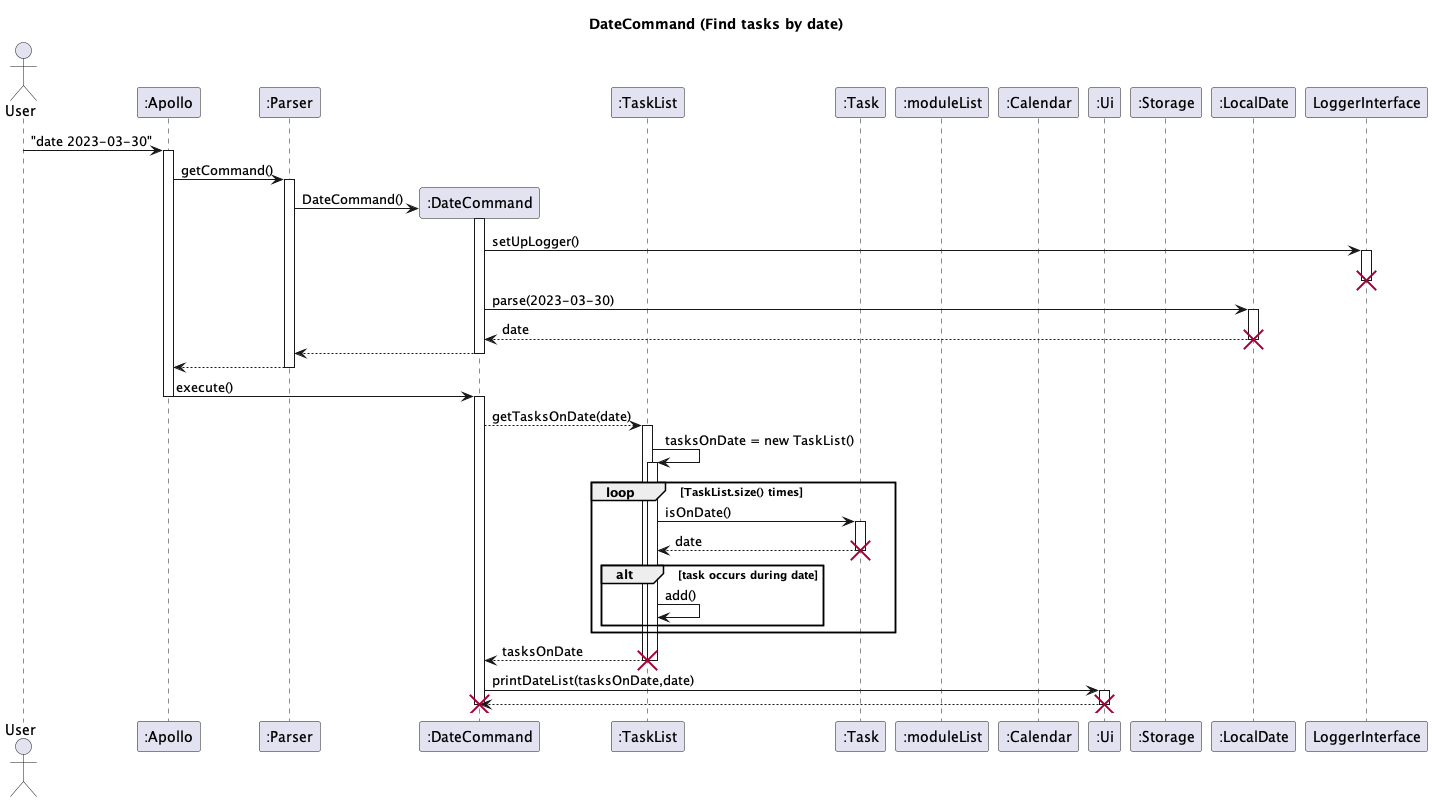
nus-cs2113-AY2223S2/tp keeps this PlantUML diagram as docs/uml-diagrams/DateCommand-DateCommand__Find_tasks_by_date_.png. Above is the earlier version. Its diagram source:
```plantuml
@startuml

title DateCommand (Find tasks by date)

actor User
participant ":Apollo" as Apollo
participant ":Parser" as Parser
participant ":DateCommand" as Date
participant ":TaskList" as TaskList
participant ":Task" as Task
participant ":moduleList" as ModuleList
participant ":Calendar" as Calendar
participant ":Ui" as Ui
participant ":Storage" as Storage
participant ":LocalDate" as LocalDate

User -> Apollo : "date 2023-03-30"
activate Apollo
Apollo -> Parser : getCommand()
activate Parser
Parser ->  Date** : DateCommand()
Date++
Date -> LoggerInterface : setUpLogger()

activate LoggerInterface
deactivate LoggerInterface
destroy LoggerInterface
Date -> LocalDate: parse(2023-03-30)
activate LocalDate
LocalDate --> Date: date
deactivate LocalDate
destroy LocalDate
return
return

Apollo -> Date : execute()
Apollo --
activate Date
Date --> TaskList : getTasksOnDate(date)
activate TaskList
TaskList -> TaskList++ : tasksOnDate = new TaskList()
loop TaskList.size() times
    TaskList -> Task: isOnDate()
    activate Task
    Task --> TaskList : date
    deactivate Task
    destroy Task
    alt task occurs during date
    TaskList -> TaskList : add()
    end
end
TaskList --> Date : tasksOnDate

deactivate TaskList
destroy TaskList


Date -> Ui : printDateList(tasksOnDate,date)
activate Ui
Ui --> Date
deactivate Ui
destroy Ui
destroy Date




@enduml
```
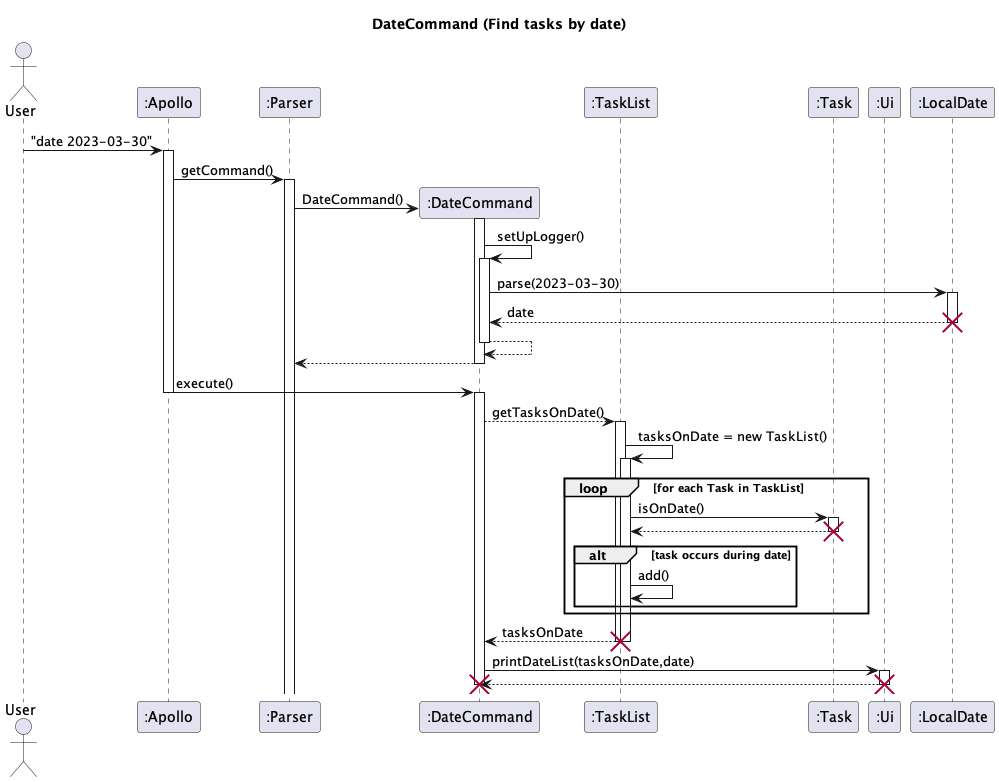
After the change.

Diff of the diagram source:
```diff
@@ -8,10 +8,7 @@
 participant ":DateCommand" as Date
 participant ":TaskList" as TaskList
 participant ":Task" as Task
-participant ":moduleList" as ModuleList
-participant ":Calendar" as Calendar
 participant ":Ui" as Ui
-participant ":Storage" as Storage
 participant ":LocalDate" as LocalDate
 
 User -> Apollo : "date 2023-03-30"
@@ -20,11 +17,9 @@
 activate Parser
 Parser ->  Date** : DateCommand()
 Date++
-Date -> LoggerInterface : setUpLogger()
+Date -> Date++ : setUpLogger()
 
-activate LoggerInterface
-deactivate LoggerInterface
-destroy LoggerInterface
+
 Date -> LocalDate: parse(2023-03-30)
 activate LocalDate
 LocalDate --> Date: date
@@ -36,13 +31,13 @@
 Apollo -> Date : execute()
 Apollo --
 activate Date
-Date --> TaskList : getTasksOnDate(date)
+Date --> TaskList : getTasksOnDate()
 activate TaskList
 TaskList -> TaskList++ : tasksOnDate = new TaskList()
-loop TaskList.size() times
+loop for each Task in TaskList
     TaskList -> Task: isOnDate()
     activate Task
-    Task --> TaskList : date
+    Task --> TaskList :
     deactivate Task
     destroy Task
     alt task occurs during date
```
